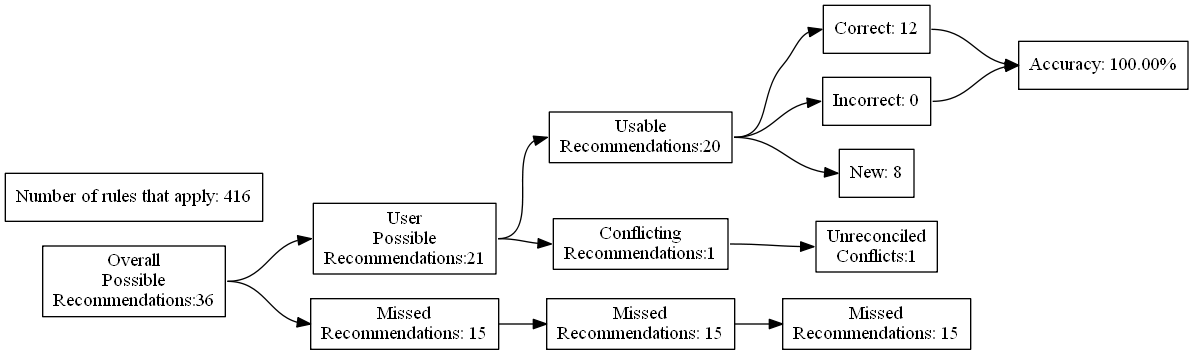
This is test_renders/50.gv.png from ZaxR/ibd_diet_analysis, a Graphviz export, as it was before one commit. Its source is kept beside it as test_renders/50.gv.
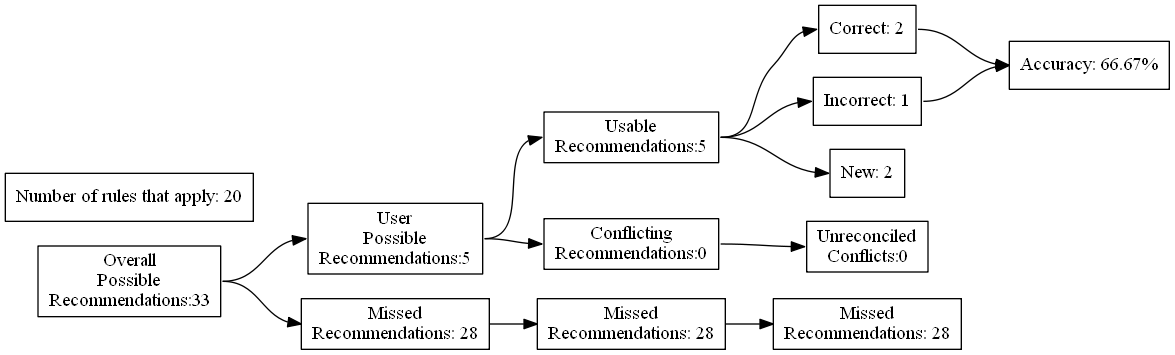
The same file after the commit.

What changed in the source:
```diff
@@ -4,27 +4,27 @@
 	edge [headport=w tailport=e]
 		A [label="Overall
 Possible
-Recommendations:36"]
+Recommendations:33"]
 		B [label="User
 Possible
-Recommendations:21"]
+Recommendations:5"]
 		C [label="Missed
-Recommendations: 15"]
+Recommendations: 28"]
 		D [label="Usable
-Recommendations:20"]
+Recommendations:5"]
 		E [label="Conflicting
-Recommendations:1"]
+Recommendations:0"]
 		J [label="Missed
-Recommendations: 15"]
+Recommendations: 28"]
 		M [label="Unreconciled
-Conflicts:1"]
-		F [label="Correct: 12"]
-		G [label="Incorrect: 0"]
-		H [label="New: 8"]
+Conflicts:0"]
+		F [label="Correct: 2"]
+		G [label="Incorrect: 1"]
+		H [label="New: 2"]
 		K [label="Missed
-Recommendations: 15"]
-		I [label="Accuracy: 100.00%"]
-		l [label="Number of rules that apply: 416"]
+Recommendations: 28"]
+		I [label="Accuracy: 66.67%"]
+		l [label="Number of rules that apply: 20"]
 			A -> B
 			A -> C
 			B -> D
```
